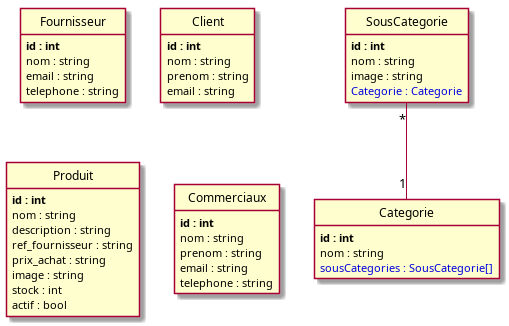
Before: puml/index.png, a diagram exported from PlantUML (Alice2568/VillageGreen). Its source is kept beside it as puml/index.puml.
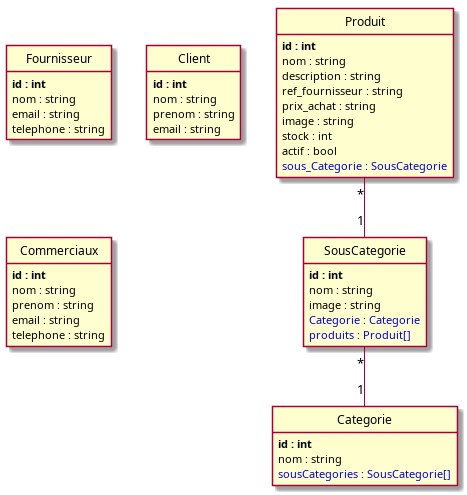
The same file after the commit.

The edit, as a diff of the source:
```diff
@@ -22,6 +22,7 @@
 	image : string
 	stock : int
 	actif : bool
+	<color:#0000dd>sous_Categorie : SousCategorie</color>
 }
 
 class SousCategorie {
@@ -29,6 +30,7 @@
 	nom : string
 	image : string
 	<color:#0000dd>Categorie : Categorie</color>
+	<color:#0000dd>produits : Produit[]</color>
 }
 
 class Commerciaux {
@@ -45,6 +47,7 @@
 	<color:#0000dd>sousCategories : SousCategorie[]</color>
 }
 
+Produit "*"--"1" SousCategorie
 SousCategorie "*"--"1" Categorie
 
 
```
